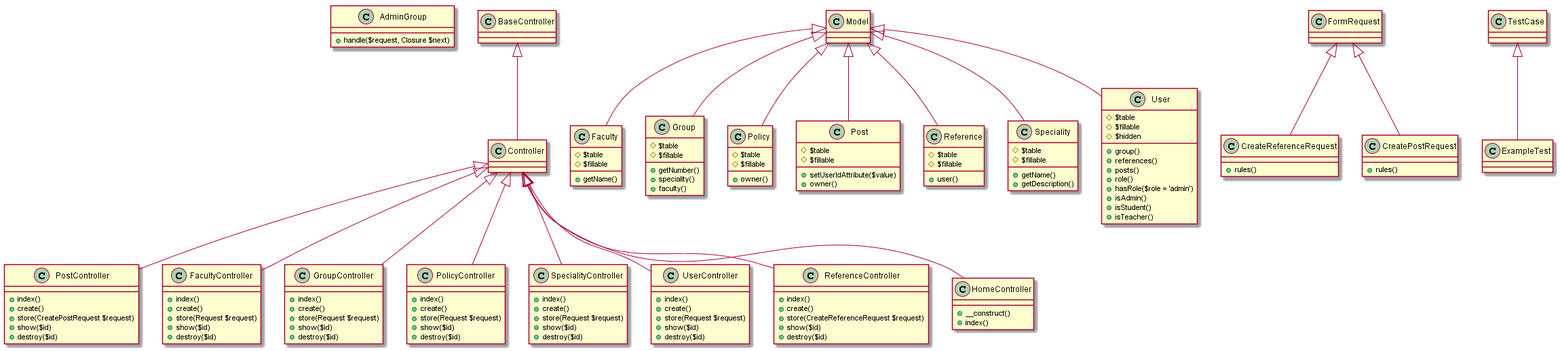
Before: Diagrams/Class diagram.png, a diagram exported from PlantUML (Alexpechonov/my_website).
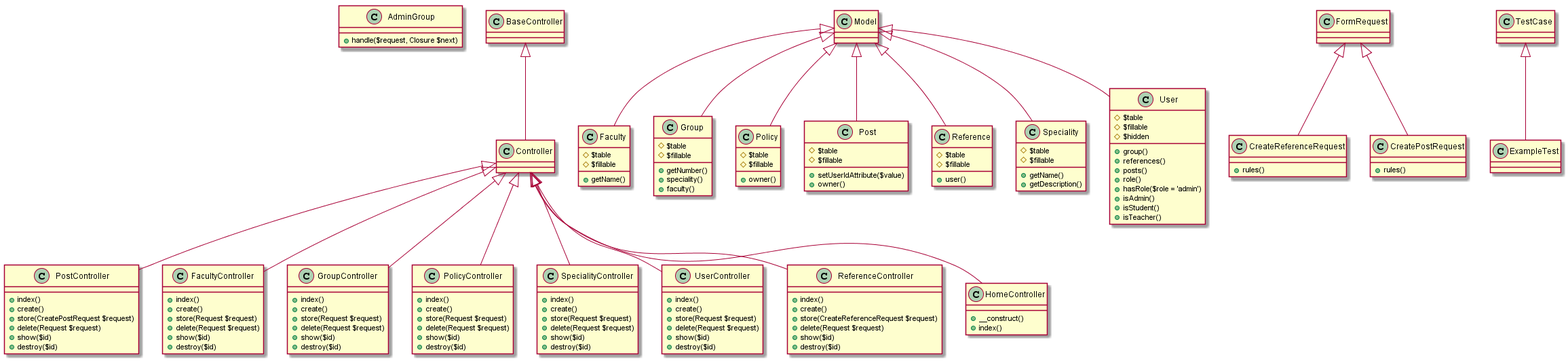
The same file after the commit.

The edit, as a diff of the source:
```diff
@@ -6,6 +6,7 @@
 +index()
 +create()
 +store(CreatePostRequest $request)
++delete(Request $request)
 +show($id)
 +destroy($id)
 }
@@ -14,6 +15,7 @@
 +index()
 +create()
 +store(Request $request)
++delete(Request $request)
 +show($id)
 +destroy($id)
 }
@@ -22,6 +24,7 @@
 +index()
 +create()
 +store(Request $request)
++delete(Request $request)
 +show($id)
 +destroy($id)
 }
@@ -30,6 +33,7 @@
 +index()
 +create()
 +store(Request $request)
++delete(Request $request)
 +show($id)
 +destroy($id)
 }
@@ -38,6 +42,7 @@
 +index()
 +create()
 +store(Request $request)
++delete(Request $request)
 +show($id)
 +destroy($id)
 }
@@ -46,6 +51,7 @@
 +index()
 +create()
 +store(Request $request)
++delete(Request $request)
 +show($id)
 +destroy($id)
 }
@@ -54,6 +60,7 @@
 +index()
 +create()
 +store(CreateReferenceRequest $request)
++delete(Request $request)
 +show($id)
 +destroy($id)
 }
```
